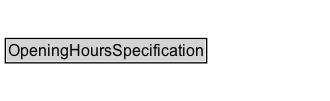
k-vaughn/ontology-import-gr keeps this Graphviz diagram as docs/diagrams/OpeningHoursSpecification.dot.png. Above is the earlier version. Its source is kept beside it as docs/diagrams/OpeningHoursSpecification.dot. The source it was exported from:
```dot
digraph {
	graph [overlap=false rankdir=TB splines=true]
	node [fontname=Arial fontsize=12 margin=0 shape=none]
	edge [fontname=Arial fontsize=11]
	OpeningHoursSpecification [label=<<TABLE BORDER="1" CELLBORDER="0" CELLSPACING="0" CELLPADDING="1"><TR><TD BGCOLOR="lightgray" ALIGN="CENTER">OpeningHoursSpecification</TD></TR></TABLE>> URL="../OpeningHoursSpecification" margin=0]
	{
		rank=max
	}
	subgraph cluster_associated {
		label="" style=invis
		Invis [label=<<TABLE BORDER="0" CELLBORDER="0" CELLSPACING="0" CELLPADDING="1"><TR><TD></TD></TR></TABLE>> margin=0 style=invis]
	}
}
```
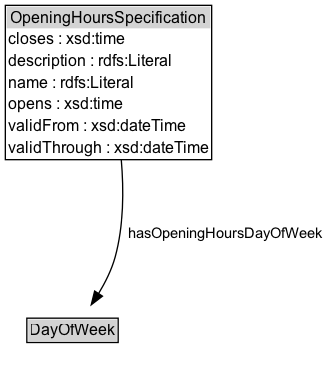
After the commit.

What changed in the source:
```diff
@@ -2,12 +2,20 @@
 	graph [overlap=false rankdir=TB splines=true]
 	node [fontname=Arial fontsize=12 margin=0 shape=none]
 	edge [fontname=Arial fontsize=11]
-	OpeningHoursSpecification [label=<<TABLE BORDER="1" CELLBORDER="0" CELLSPACING="0" CELLPADDING="1"><TR><TD BGCOLOR="lightgray" ALIGN="CENTER">OpeningHoursSpecification</TD></TR></TABLE>> URL="../OpeningHoursSpecification" margin=0]
+	{
+		rank=source
+	}
+	OpeningHoursSpecification [label=<<TABLE BORDER="1" CELLBORDER="0" CELLSPACING="0" CELLPADDING="1"><TR><TD BGCOLOR="lightgray" ALIGN="CENTER">OpeningHoursSpecification</TD></TR><TR><TD ALIGN="LEFT">closes : xsd:time</TD></TR><TR><TD ALIGN="LEFT">description : rdfs:Literal</TD></TR><TR><TD ALIGN="LEFT">name : rdfs:Literal</TD></TR><TR><TD ALIGN="LEFT">opens : xsd:time</TD></TR><TR><TD ALIGN="LEFT">validFrom : xsd:dateTime</TD></TR><TR><TD ALIGN="LEFT">validThrough : xsd:dateTime</TD></TR></TABLE>> URL="../OpeningHoursSpecification" margin=0]
 	{
 		rank=max
 	}
 	subgraph cluster_associated {
 		label="" style=invis
 		Invis [label=<<TABLE BORDER="0" CELLBORDER="0" CELLSPACING="0" CELLPADDING="1"><TR><TD></TD></TR></TABLE>> margin=0 style=invis]
+		DayOfWeek [label=<<TABLE BORDER="1" CELLBORDER="0" CELLSPACING="0" CELLPADDING="1"><TR><TD BGCOLOR="lightgray" ALIGN="CENTER">DayOfWeek</TD></TR></TABLE>> URL="../DayOfWeek" margin=0]
 	}
+	OpeningHoursSpecification -> Invis [style=invis]
+	Invis -> DayOfWeek [style=invis]
+	DayOfWeek [label=<<TABLE BORDER="1" CELLBORDER="0" CELLSPACING="0" CELLPADDING="1"><TR><TD BGCOLOR="lightgray" ALIGN="CENTER">DayOfWeek</TD></TR></TABLE>> URL="../DayOfWeek" margin=0]
+	OpeningHoursSpecification -> DayOfWeek [label=<<TABLE BORDER="0" CELLBORDER="0" CELLSPACING="0" CELLPADDING="4" BGCOLOR="white"><TR><TD ALIGN="CENTER">hasOpeningHoursDayOfWeek</TD></TR></TABLE>> arrowhead=normal style=solid]
 }
```
